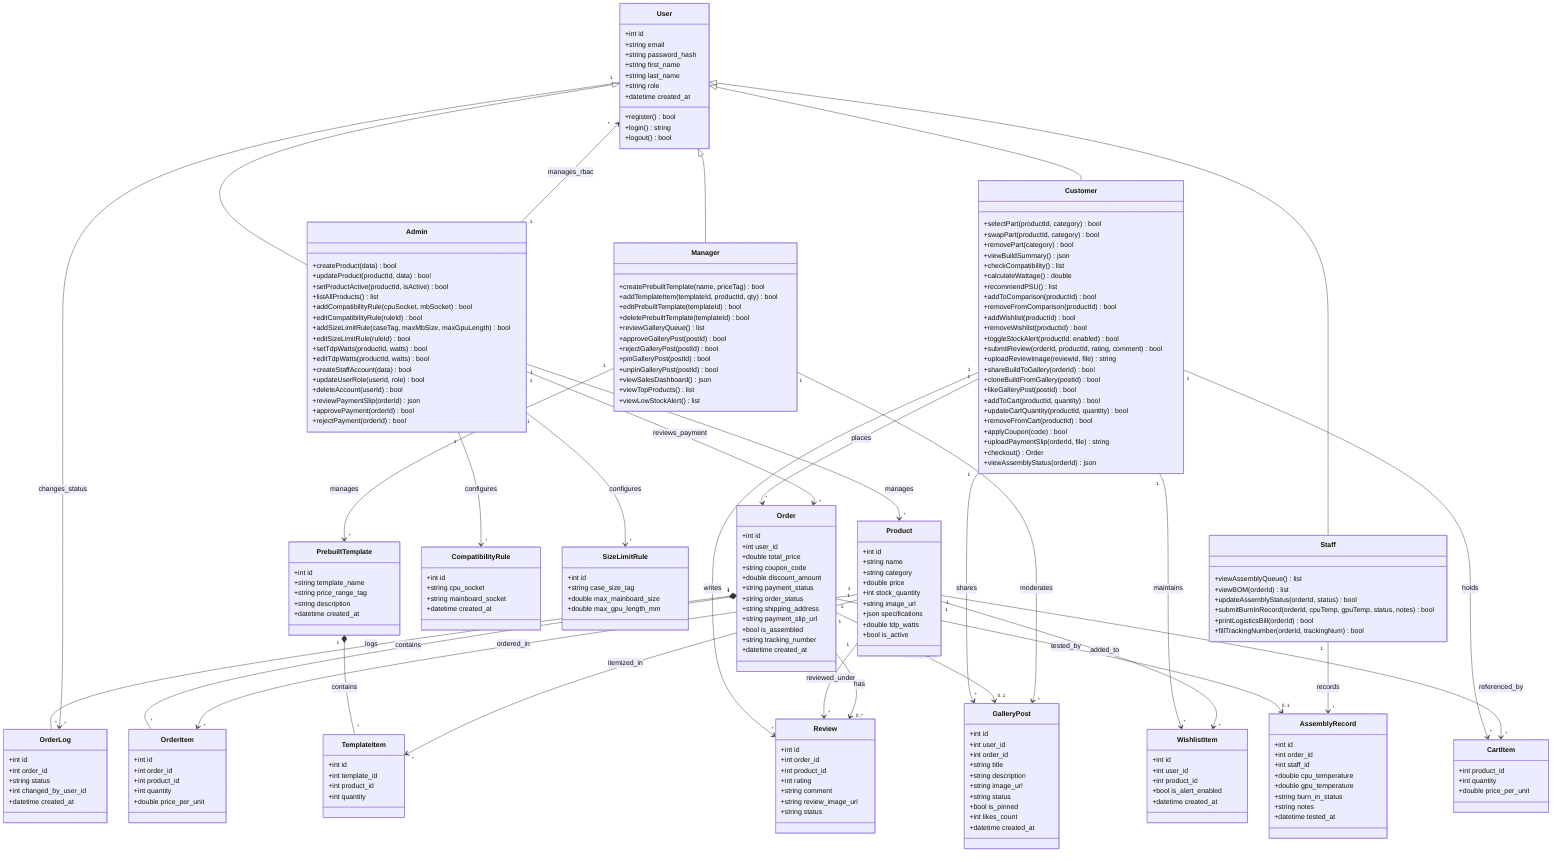
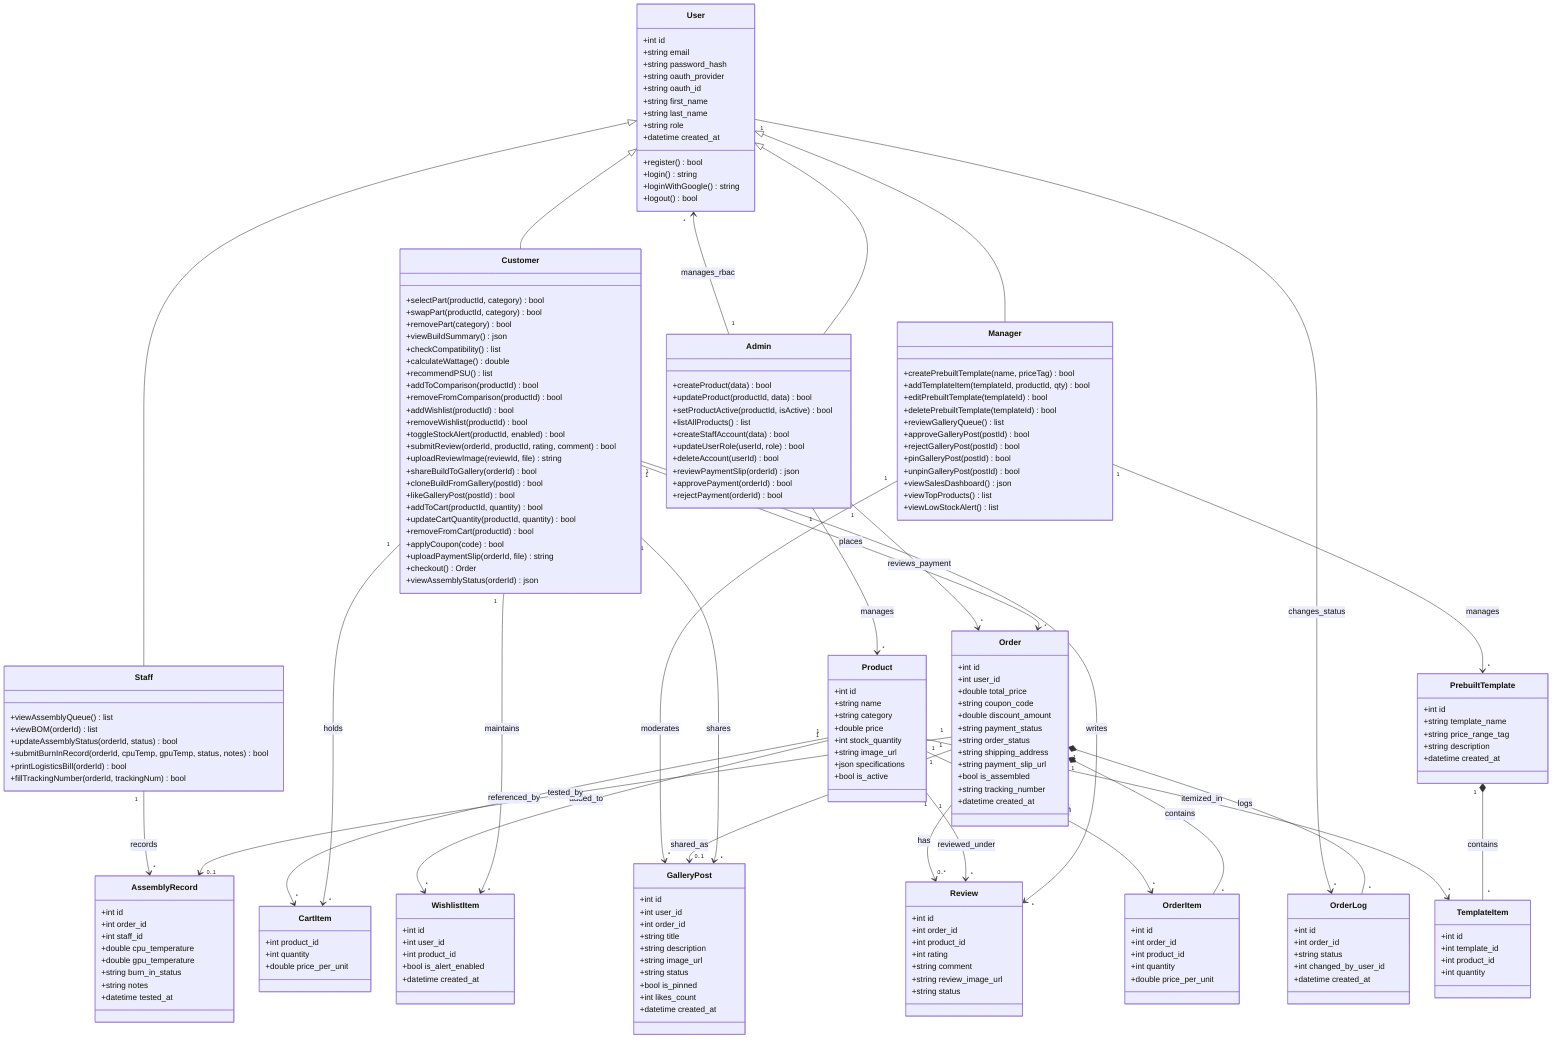
%% ============================================================
%% ComHub - Class Diagram
%% แหล่งข้อมูล: markdown/project-scope.md
%% CSI204 - Software Engineering
%% ============================================================
classDiagram

    %% ---------------- User Hierarchy (SYS-01) ----------------
    class User {
        +int id
        +string email
        +string password_hash
+         +string oauth_provider
+         +string oauth_id
        +string first_name
        +string last_name
        +string role
        +datetime created_at
        +register() bool
        +login() string
+         +loginWithGoogle() string
        +logout() bool
    }

    class Customer {
        %% C-01 ~ C-09
        +selectPart(productId, category) bool
        +swapPart(productId, category) bool
        +removePart(category) bool
        +viewBuildSummary() json
        +checkCompatibility() list
        +calculateWattage() double
        +recommendPSU() list
        +addToComparison(productId) bool
        +removeFromComparison(productId) bool
        +addWishlist(productId) bool
        +removeWishlist(productId) bool
        +toggleStockAlert(productId, enabled) bool
        +submitReview(orderId, productId, rating, comment) bool
        +uploadReviewImage(reviewId, file) string
        +shareBuildToGallery(orderId) bool
        +cloneBuildFromGallery(postId) bool
        +likeGalleryPost(postId) bool
        +addToCart(productId, quantity) bool
        +updateCartQuantity(productId, quantity) bool
        +removeFromCart(productId) bool
        +applyCoupon(code) bool
        +uploadPaymentSlip(orderId, file) string
        +checkout() Order
        +viewAssemblyStatus(orderId) json
    }

    class Staff {
        %% S-01 ~ S-03
        +viewAssemblyQueue() list
        +viewBOM(orderId) list
        +updateAssemblyStatus(orderId, status) bool
        +submitBurnInRecord(orderId, cpuTemp, gpuTemp, status, notes) bool
        +printLogisticsBill(orderId) bool
        +fillTrackingNumber(orderId, trackingNum) bool
    }

    class Manager {
        %% M-01 ~ M-03
        +createPrebuiltTemplate(name, priceTag) bool
        +addTemplateItem(templateId, productId, qty) bool
        +editPrebuiltTemplate(templateId) bool
        +deletePrebuiltTemplate(templateId) bool
        +reviewGalleryQueue() list
        +approveGalleryPost(postId) bool
        +rejectGalleryPost(postId) bool
        +pinGalleryPost(postId) bool
        +unpinGalleryPost(postId) bool
        +viewSalesDashboard() json
        +viewTopProducts() list
        +viewLowStockAlert() list
    }

    class Admin {
-         %% A-01 ~ A-04
+         %% A-01, A-04
        +createProduct(data) bool
        +updateProduct(productId, data) bool
        +setProductActive(productId, isActive) bool
        +listAllProducts() list
-         +addCompatibilityRule(cpuSocket, mbSocket) bool
-         +editCompatibilityRule(ruleId) bool
-         +addSizeLimitRule(caseTag, maxMbSize, maxGpuLength) bool
-         +editSizeLimitRule(ruleId) bool
-         +setTdpWatts(productId, watts) bool
-         +editTdpWatts(productId, watts) bool
        +createStaffAccount(data) bool
        +updateUserRole(userId, role) bool
        +deleteAccount(userId) bool
        +reviewPaymentSlip(orderId) json
        +approvePayment(orderId) bool
        +rejectPayment(orderId) bool
    }

    %% ---------------- Product & Catalog ----------------
    class Product {
        +int id
        +string name
        +string category
        +double price
        +int stock_quantity
        +string image_url
        +json specifications
-         +double tdp_watts
        +bool is_active
-     }
- 
-     class CompatibilityRule {
-         %% A-02
-         +int id
-         +string cpu_socket
-         +string mainboard_socket
-         +datetime created_at
-     }
- 
-     class SizeLimitRule {
-         %% A-02
-         +int id
-         +string case_size_tag
-         +double max_mainboard_size
-         +double max_gpu_length_mm
    }

    %% ---------------- Pre-built Templates (C-04 / M-01) ----------------
    class PrebuiltTemplate {
        +int id
        +string template_name
        +string price_range_tag
        +string description
        +datetime created_at
    }

    class TemplateItem {
        +int id
        +int template_id
        +int product_id
        +int quantity
    }

    %% ---------------- Wishlist (C-06) ----------------
    class WishlistItem {
        +int id
        +int user_id
        +int product_id
        +bool is_alert_enabled
        +datetime created_at
    }

    %% ---------------- Cart & Checkout (SYS-02 / C-01) ----------------
    class CartItem {
        %% Client-side, persisted in LocalStorage
        +int product_id
        +int quantity
        +double price_per_unit
    }

    class Order {
        +int id
        +int user_id
        +double total_price
        +string coupon_code
        +double discount_amount
        +string payment_status
        +string order_status
        +string shipping_address
        +string payment_slip_url
        +bool is_assembled
        +string tracking_number
        +datetime created_at
    }

    class OrderItem {
        +int id
        +int order_id
        +int product_id
        +int quantity
        +double price_per_unit
    }

    class OrderLog {
        %% C-09 Assembly Tracking timeline
        +int id
        +int order_id
        +string status
        +int changed_by_user_id
        +datetime created_at
    }

    %% ---------------- Assembly & Logistics (S-01 / S-02 / S-03) ----------------
    class AssemblyRecord {
        +int id
        +int order_id
        +int staff_id
        +double cpu_temperature
        +double gpu_temperature
        +string burn_in_status
        +string notes
        +datetime tested_at
    }

    %% ---------------- Review & Gallery (C-07 / C-08 / M-02) ----------------
    class Review {
        +int id
        +int order_id
        +int product_id
        +int rating
        +string comment
        +string review_image_url
        +string status
    }

    class GalleryPost {
        +int id
        +int user_id
        +int order_id
        +string title
        +string description
        +string image_url
        +string status
        +bool is_pinned
        +int likes_count
        +datetime created_at
    }

    %% ================= Relationships =================

    %% Generalization
    User <|-- Customer
    User <|-- Staff
    User <|-- Manager
    User <|-- Admin

    %% Customer domain
    Customer "1" --> "*" CartItem : holds
    Customer "1" --> "*" Order : places
    Customer "1" --> "*" WishlistItem : maintains
    Customer "1" --> "*" Review : writes
    Customer "1" --> "*" GalleryPost : shares
    Product "1" --> "*" CartItem : referenced_by
    Product "1" --> "*" WishlistItem : added_to
    Product "1" --> "*" Review : reviewed_under

    %% Order composition
    Order "1" *-- "*" OrderItem : contains
    Product "1" --> "*" OrderItem : ordered_in
    Order "1" *-- "*" OrderLog : logs
    User "1" --> "*" OrderLog : changes_status
    Order "1" --> "0..1" AssemblyRecord : tested_by
    Order "1" --> "0..1" GalleryPost : shared_as
    Order "1" --> "0..*" Review : has

    %% Staff domain
    Staff "1" --> "*" AssemblyRecord : records

    %% Manager domain
    Manager "1" --> "*" PrebuiltTemplate : manages
    Manager "1" --> "*" GalleryPost : moderates
    PrebuiltTemplate "1" *-- "*" TemplateItem : contains
    Product "1" --> "*" TemplateItem : itemized_in

    %% Admin domain
    Admin "1" --> "*" Product : manages
-     Admin "1" --> "*" CompatibilityRule : configures
-     Admin "1" --> "*" SizeLimitRule : configures
    Admin "1" --> "*" Order : reviews_payment
    Admin "1" --> "*" User : manages_rbac
